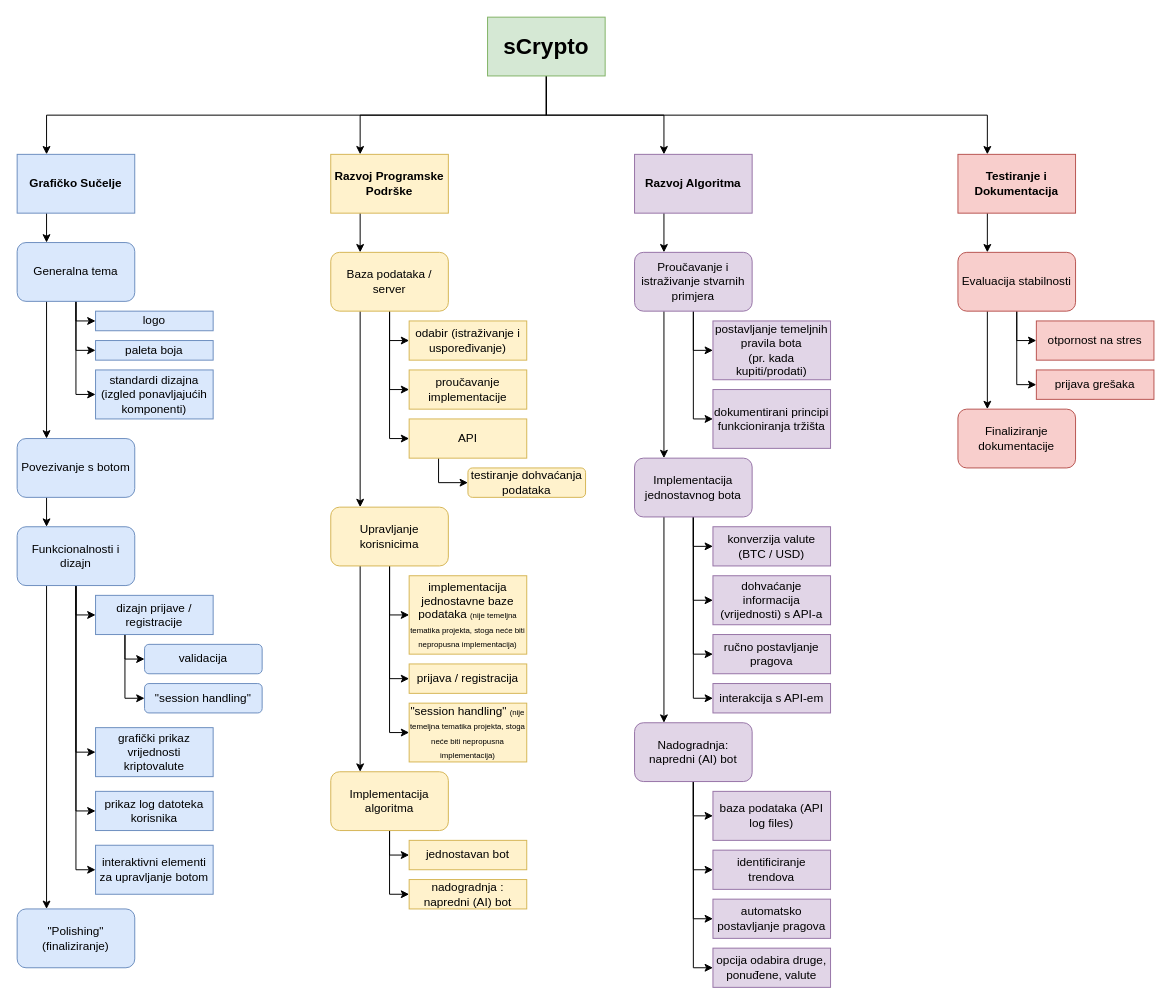
Above: diagrams/WBS_sCrypto.drawio in MSrica/sCrypto (draw.io), before the change. Source tidied: cells renumbered, new cells numbered last; positions are measured from the earlier drawing's top-left corner, leaving out a move shared by most shapes. Both pictures are drawn from the tidied source at 98%, with x=0, y=0 at pixel (17, 17).
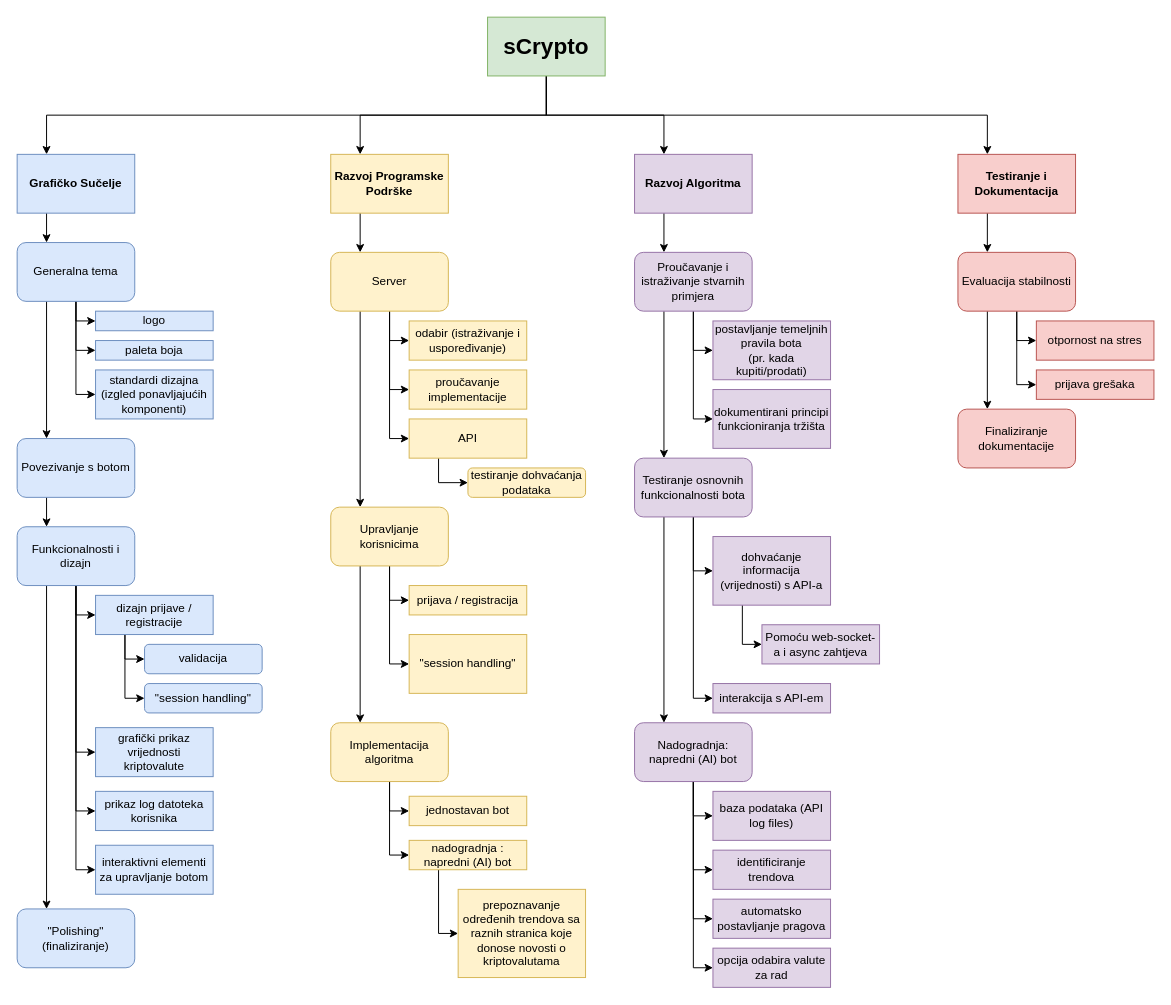
The same page after the edit.

Commit message:
updated WBS diagram

The change refers to these unchanged cells:
```xml
<mxCell id="46" value="Upravljanje korisnicima" style="rounded=1;whiteSpace=wrap;html=1;fillColor=#fff2cc;strokeColor=#d6b656;" parent="1" vertex="1">
  <mxGeometry x="320" y="500" width="120" height="60" as="geometry" />
</mxCell>
```

What changed in the source:
```diff
@@
-    <mxCell id="36" value="Baza podataka / server" style="rounded=1;whiteSpace=wrap;html=1;fillColor=#fff2cc;strokeColor=#d6b656;" parent="1" vertex="1">
+    <mxCell id="36" value="Server" style="rounded=1;whiteSpace=wrap;html=1;fillColor=#fff2cc;strokeColor=#d6b656;" parent="1" vertex="1">
       <mxGeometry x="320" y="240" width="120" height="60" as="geometry" />
     </mxCell>
@@
-    <mxCell id="42" style="edgeStyle=orthogonalEdgeStyle;rounded=0;jettySize=auto;html=1;exitX=0.5;exitY=1;exitDx=0;exitDy=0;entryX=0;entryY=0.5;entryDx=0;entryDy=0;" parent="1" edge="1" source="46" target="47">
-      <mxGeometry relative="1" as="geometry" />
-    </mxCell>
@@
-    <mxCell id="47" value="implementacija jednostavne baze podataka &lt;font style=&quot;font-size: 8px&quot;&gt;(nije temeljna tematika projekta, stoga neće biti nepropusna implementacija)&lt;/font&gt;" style="rounded=0;whiteSpace=wrap;html=1;fillColor=#fff2cc;strokeColor=#d6b656;" parent="1" vertex="1">
-      <mxGeometry x="400" y="570" width="120" height="80" as="geometry" />
-    </mxCell>
     <mxCell id="48" value="prijava / registracija" style="rounded=0;whiteSpace=wrap;html=1;fillColor=#fff2cc;strokeColor=#d6b656;" parent="1" vertex="1">
-      <mxGeometry x="400" y="660" width="120" height="30" as="geometry" />
+      <mxGeometry x="400" y="580" width="120" height="30" as="geometry" />
     </mxCell>
-    <mxCell id="49" value="&quot;session handling&quot;  &lt;font style=&quot;font-size: 8px&quot;&gt;(nije temeljna tematika projekta, stoga neće biti nepropusna implementacija)&lt;/font&gt;" style="rounded=0;whiteSpace=wrap;html=1;fillColor=#fff2cc;strokeColor=#d6b656;" parent="1" vertex="1">
-      <mxGeometry x="400" y="700" width="120" height="60" as="geometry" />
+    <mxCell id="49" value="&quot;session handling&quot;" style="rounded=0;whiteSpace=wrap;html=1;fillColor=#fff2cc;strokeColor=#d6b656;" parent="1" vertex="1">
+      <mxGeometry x="400" y="630" width="120" height="60" as="geometry" />
     </mxCell>
     <mxCell id="50" style="edgeStyle=orthogonalEdgeStyle;rounded=0;jettySize=auto;html=1;exitX=0.5;exitY=1;exitDx=0;exitDy=0;entryX=0;entryY=0.5;entryDx=0;entryDy=0;" parent="1" edge="1" source="52" target="53">
       <mxGeometry relative="1" as="geometry">
         <Array as="points">
-          <mxPoint x="380" y="855" />
+          <mxPoint x="380" y="810" />
         </Array>
       </mxGeometry>
     </mxCell>
@@
     <mxCell id="52" value="Implementacija algoritma" style="rounded=1;whiteSpace=wrap;html=1;fillColor=#fff2cc;strokeColor=#d6b656;" parent="1" vertex="1">
-      <mxGeometry x="320" y="770" width="120" height="60" as="geometry" />
+      <mxGeometry x="320" y="720" width="120" height="60" as="geometry" />
     </mxCell>
     <mxCell id="53" value="jednostavan bot" style="rounded=0;whiteSpace=wrap;html=1;fillColor=#fff2cc;strokeColor=#d6b656;" parent="1" vertex="1">
-      <mxGeometry x="400" y="840" width="120" height="30" as="geometry" />
+      <mxGeometry x="400" y="795" width="120" height="30" as="geometry" />
     </mxCell>
+    <mxCell id="95" style="edgeStyle=orthogonalEdgeStyle;rounded=0;jettySize=auto;html=1;exitX=0.25;exitY=1;exitDx=0;exitDy=0;entryX=0;entryY=0.5;entryDx=0;entryDy=0;" parent="1" edge="1" source="54" target="98">
+      <mxGeometry relative="1" as="geometry" />
+    </mxCell>
     <mxCell id="54" value="nadogradnja : napredni (AI) bot" style="rounded=0;whiteSpace=wrap;html=1;fillColor=#fff2cc;strokeColor=#d6b656;" parent="1" vertex="1">
-      <mxGeometry x="400" y="880" width="120" height="30" as="geometry" />
+      <mxGeometry x="400" y="840" width="120" height="30" as="geometry" />
     </mxCell>
@@
-    <mxCell id="62" style="edgeStyle=orthogonalEdgeStyle;rounded=0;jettySize=auto;html=1;exitX=0.5;exitY=1;exitDx=0;exitDy=0;entryX=0;entryY=0.5;entryDx=0;entryDy=0;" parent="1" edge="1" source="66" target="73">
-      <mxGeometry relative="1" as="geometry">
-        <Array as="points">
-          <mxPoint x="690" y="540" />
-        </Array>
-      </mxGeometry>
-    </mxCell>
@@
-    <mxCell id="64" style="edgeStyle=orthogonalEdgeStyle;rounded=0;jettySize=auto;html=1;exitX=0.5;exitY=1;exitDx=0;exitDy=0;entryX=0;entryY=0.5;entryDx=0;entryDy=0;" parent="1" edge="1" source="66" target="72">
-      <mxGeometry relative="1" as="geometry" />
-    </mxCell>
@@
-    <mxCell id="66" value="Implementacija jednostavnog bota" style="rounded=1;whiteSpace=wrap;html=1;fillColor=#e1d5e7;strokeColor=#9673a6;" parent="1" vertex="1">
+    <mxCell id="66" value="Testiranje osnovnih funkcionalnosti bota" style="rounded=1;whiteSpace=wrap;html=1;fillColor=#e1d5e7;strokeColor=#9673a6;" parent="1" vertex="1">
       <mxGeometry x="630" y="450" width="120" height="60" as="geometry" />
     </mxCell>
@@
-    <mxCell id="72" value="ručno postavljanje pragova" style="rounded=0;whiteSpace=wrap;html=1;fillColor=#e1d5e7;strokeColor=#9673a6;" parent="1" vertex="1">
-      <mxGeometry x="710" y="630" width="120" height="40" as="geometry" />
-    </mxCell>
-    <mxCell id="73" value="konverzija valute (BTC / USD)" style="rounded=0;whiteSpace=wrap;html=1;fillColor=#e1d5e7;strokeColor=#9673a6;" parent="1" vertex="1">
-      <mxGeometry x="710" y="520" width="120" height="40" as="geometry" />
-    </mxCell>
+    <mxCell id="96" style="edgeStyle=orthogonalEdgeStyle;rounded=0;jettySize=auto;html=1;exitX=0.25;exitY=1;exitDx=0;exitDy=0;entryX=0;entryY=0.5;entryDx=0;entryDy=0;" parent="1" edge="1" source="74" target="97">
+      <mxGeometry relative="1" as="geometry" />
+    </mxCell>
-    <mxCell id="74" value="dohvaćanje informacija (vrijednosti) s API-a" style="rounded=0;whiteSpace=wrap;html=1;fillColor=#e1d5e7;strokeColor=#9673a6;" parent="1" vertex="1">
-      <mxGeometry x="710" y="570" width="120" height="50" as="geometry" />
+    <mxCell id="74" value="&lt;div&gt;dohvaćanje informacija (vrijednosti) s API-a&lt;/div&gt;" style="rounded=0;whiteSpace=wrap;html=1;fillColor=#e1d5e7;strokeColor=#9673a6;" parent="1" vertex="1">
+      <mxGeometry x="710" y="530" width="120" height="70" as="geometry" />
     </mxCell>
@@
-    <mxCell id="86" value="opcija odabira druge, ponuđene, valute" style="rounded=0;whiteSpace=wrap;html=1;fillColor=#e1d5e7;strokeColor=#9673a6;" parent="1" vertex="1">
+    <mxCell id="86" value="opcija odabira valute za rad" style="rounded=0;whiteSpace=wrap;html=1;fillColor=#e1d5e7;strokeColor=#9673a6;" parent="1" vertex="1">
       <mxGeometry x="710" y="950" width="120" height="40" as="geometry" />
     </mxCell>
@@
+    <mxCell id="97" value="Pomoću web-socket-a i async zahtjeva" style="rounded=0;whiteSpace=wrap;html=1;fillColor=#e1d5e7;strokeColor=#9673a6;" parent="1" vertex="1">
+      <mxGeometry x="760" y="620" width="120" height="40" as="geometry" />
+    </mxCell>
+    <mxCell id="98" value="prepoznavanje određenih trendova sa raznih stranica koje donose novosti o kriptovalutama" style="rounded=0;whiteSpace=wrap;html=1;fillColor=#fff2cc;strokeColor=#d6b656;" parent="1" vertex="1">
+      <mxGeometry x="450" y="890" width="130" height="90" as="geometry" />
+    </mxCell>
```
